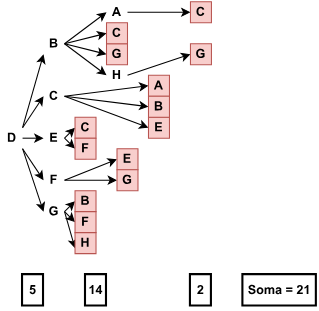
randomicecube/rc-exercises keeps this draw.io diagram as assets/013a.svg. Above is the earlier version. Source tidied: cells renumbered, new cells last; positions are measured from the earlier drawing's top-left corner, leaving out a move shared by most shapes.
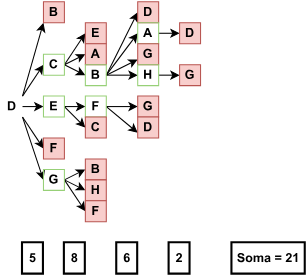
The same diagram one commit later.

The edit, as a diff of the source:
```diff
@@ -20,128 +20,131 @@
     <mxCell id="7" value="D" style="text;html=1;strokeColor=none;fillColor=none;align=center;verticalAlign=middle;whiteSpace=wrap;rounded=0;fontStyle=1;" parent="1" vertex="1">
       <mxGeometry y="120" width="20" height="20" as="geometry" />
     </mxCell>
-    <mxCell id="8" style="edgeStyle=none;rounded=0;jettySize=auto;html=1;exitX=1;exitY=0.5;exitDx=0;exitDy=0;entryX=0;entryY=0.5;entryDx=0;entryDy=0;strokeColor=#000000;endArrow=classic;endFill=1;" parent="1" edge="1" source="12" target="28">
-      <mxGeometry relative="1" as="geometry" />
-    </mxCell>
-    <mxCell id="9" style="edgeStyle=none;rounded=0;jettySize=auto;html=1;exitX=1;exitY=0.5;exitDx=0;exitDy=0;entryX=0;entryY=0.5;entryDx=0;entryDy=0;strokeColor=#000000;endArrow=classic;endFill=1;" parent="1" edge="1" source="12" target="29">
-      <mxGeometry relative="1" as="geometry" />
-    </mxCell>
-    <mxCell id="10" style="edgeStyle=none;rounded=0;jettySize=auto;html=1;exitX=1;exitY=0.5;exitDx=0;exitDy=0;entryX=0;entryY=0.5;entryDx=0;entryDy=0;strokeColor=#000000;endArrow=classic;endFill=1;" parent="1" edge="1" source="12" target="31">
-      <mxGeometry relative="1" as="geometry" />
-    </mxCell>
-    <mxCell id="11" style="edgeStyle=none;rounded=0;jettySize=auto;html=1;exitX=1;exitY=0.5;exitDx=0;exitDy=0;entryX=0;entryY=0.5;entryDx=0;entryDy=0;strokeColor=#000000;endArrow=classic;endFill=1;" parent="1" edge="1" source="12" target="32">
-      <mxGeometry relative="1" as="geometry" />
-    </mxCell>
-    <mxCell id="12" value="B" style="text;html=1;strokeColor=none;fillColor=none;align=center;verticalAlign=middle;whiteSpace=wrap;rounded=0;fontStyle=1;" parent="1" vertex="1">
+    <mxCell id="12" value="B" style="text;html=1;strokeColor=#b85450;fillColor=#f8cecc;align=center;verticalAlign=middle;whiteSpace=wrap;rounded=0;fontStyle=1;" parent="1" vertex="1">
       <mxGeometry x="40" y="30" width="20" height="20" as="geometry" />
     </mxCell>
+    <mxCell id="49" style="edgeStyle=none;rounded=0;jettySize=auto;html=1;exitX=1;exitY=0.5;exitDx=0;exitDy=0;entryX=0;entryY=0.5;entryDx=0;entryDy=0;strokeColor=#000000;endArrow=classic;endFill=1;" parent="1" edge="1" source="16" target="46">
+      <mxGeometry relative="1" as="geometry" />
+    </mxCell>
     <mxCell id="13" style="edgeStyle=none;rounded=0;jettySize=auto;html=1;exitX=1;exitY=0.5;exitDx=0;exitDy=0;entryX=0;entryY=0.5;entryDx=0;entryDy=0;strokeColor=#000000;endArrow=classic;endFill=1;" parent="1" edge="1" source="16" target="33">
       <mxGeometry relative="1" as="geometry" />
     </mxCell>
-    <mxCell id="14" style="edgeStyle=none;rounded=0;jettySize=auto;html=1;exitX=1;exitY=0.5;exitDx=0;exitDy=0;entryX=0;entryY=0.5;entryDx=0;entryDy=0;strokeColor=#000000;endArrow=classic;endFill=1;" parent="1" edge="1" source="16" target="35">
-      <mxGeometry relative="1" as="geometry" />
-    </mxCell>
-    <mxCell id="15" style="edgeStyle=none;rounded=0;jettySize=auto;html=1;exitX=1;exitY=0.5;exitDx=0;exitDy=0;entryX=0;entryY=0.5;entryDx=0;entryDy=0;strokeColor=#000000;endArrow=classic;endFill=1;" parent="1" edge="1" source="16" target="34">
-      <mxGeometry relative="1" as="geometry" />
-    </mxCell>
+    <mxCell id="50" style="edgeStyle=none;rounded=0;jettySize=auto;html=1;exitX=1;exitY=0.5;exitDx=0;exitDy=0;entryX=0;entryY=0.5;entryDx=0;entryDy=0;strokeColor=#000000;endArrow=classic;endFill=1;" parent="1" edge="1" source="16" target="60">
+      <mxGeometry relative="1" as="geometry" />
+    </mxCell>
-    <mxCell id="16" value="C" style="text;html=1;strokeColor=none;fillColor=none;align=center;verticalAlign=middle;whiteSpace=wrap;rounded=0;fontStyle=1;" parent="1" vertex="1">
+    <mxCell id="16" value="C" style="text;html=1;strokeColor=#97D077;fillColor=none;align=center;verticalAlign=middle;whiteSpace=wrap;rounded=0;fontStyle=1;" parent="1" vertex="1">
       <mxGeometry x="40" y="80" width="20" height="20" as="geometry" />
     </mxCell>
-    <mxCell id="17" style="edgeStyle=none;rounded=0;jettySize=auto;html=1;exitX=1;exitY=0.5;exitDx=0;exitDy=0;entryX=0;entryY=0.5;entryDx=0;entryDy=0;strokeColor=#000000;endArrow=classic;endFill=1;" parent="1" edge="1" source="19" target="36">
-      <mxGeometry relative="1" as="geometry" />
-    </mxCell>
-    <mxCell id="18" style="edgeStyle=none;rounded=0;jettySize=auto;html=1;exitX=1;exitY=0.5;exitDx=0;exitDy=0;entryX=0;entryY=0.5;entryDx=0;entryDy=0;strokeColor=#000000;endArrow=classic;endFill=1;" parent="1" edge="1" source="19" target="37">
-      <mxGeometry relative="1" as="geometry" />
-    </mxCell>
+    <mxCell id="51" style="edgeStyle=none;rounded=0;jettySize=auto;html=1;exitX=1;exitY=0.5;exitDx=0;exitDy=0;entryX=0;entryY=0.5;entryDx=0;entryDy=0;strokeColor=#000000;endArrow=classic;endFill=1;" parent="1" edge="1" source="19" target="70">
+      <mxGeometry relative="1" as="geometry" />
+    </mxCell>
+    <mxCell id="52" style="edgeStyle=none;rounded=0;jettySize=auto;html=1;exitX=1;exitY=0.5;exitDx=0;exitDy=0;entryX=0;entryY=0.5;entryDx=0;entryDy=0;strokeColor=#000000;endArrow=classic;endFill=1;" parent="1" edge="1" source="19" target="71">
+      <mxGeometry relative="1" as="geometry" />
+    </mxCell>
-    <mxCell id="19" value="E" style="text;html=1;strokeColor=none;fillColor=none;align=center;verticalAlign=middle;whiteSpace=wrap;rounded=0;fontStyle=1;" parent="1" vertex="1">
+    <mxCell id="19" value="E" style="text;html=1;strokeColor=#97D077;fillColor=none;align=center;verticalAlign=middle;whiteSpace=wrap;rounded=0;fontStyle=1;" parent="1" vertex="1">
       <mxGeometry x="40" y="120" width="20" height="20" as="geometry" />
     </mxCell>
-    <mxCell id="20" style="edgeStyle=none;rounded=0;jettySize=auto;html=1;exitX=1;exitY=0.5;exitDx=0;exitDy=0;entryX=0;entryY=0.5;entryDx=0;entryDy=0;strokeColor=#000000;endArrow=classic;endFill=1;" parent="1" edge="1" source="22" target="38">
-      <mxGeometry relative="1" as="geometry" />
-    </mxCell>
-    <mxCell id="21" style="edgeStyle=none;rounded=0;jettySize=auto;html=1;exitX=1;exitY=0.5;exitDx=0;exitDy=0;entryX=0;entryY=0.5;entryDx=0;entryDy=0;strokeColor=#000000;endArrow=classic;endFill=1;" parent="1" edge="1" source="22" target="39">
-      <mxGeometry relative="1" as="geometry" />
-    </mxCell>
-    <mxCell id="22" value="F" style="text;html=1;strokeColor=none;fillColor=none;align=center;verticalAlign=middle;whiteSpace=wrap;rounded=0;fontStyle=1;" parent="1" vertex="1">
+    <mxCell id="22" value="F" style="text;html=1;strokeColor=#b85450;fillColor=#f8cecc;align=center;verticalAlign=middle;whiteSpace=wrap;rounded=0;fontStyle=1;" parent="1" vertex="1">
       <mxGeometry x="40" y="160" width="20" height="20" as="geometry" />
     </mxCell>
-    <mxCell id="23" style="edgeStyle=none;rounded=0;jettySize=auto;html=1;exitX=1;exitY=0.5;exitDx=0;exitDy=0;entryX=0;entryY=0.5;entryDx=0;entryDy=0;strokeColor=#000000;endArrow=classic;endFill=1;" parent="1" edge="1" source="26" target="40">
-      <mxGeometry relative="1" as="geometry" />
-    </mxCell>
-    <mxCell id="24" style="edgeStyle=none;rounded=0;jettySize=auto;html=1;exitX=1;exitY=0.5;exitDx=0;exitDy=0;entryX=0;entryY=0.5;entryDx=0;entryDy=0;strokeColor=#000000;endArrow=classic;endFill=1;" parent="1" edge="1" source="26" target="41">
-      <mxGeometry relative="1" as="geometry" />
-    </mxCell>
-    <mxCell id="25" style="edgeStyle=none;rounded=0;jettySize=auto;html=1;exitX=1;exitY=0.5;exitDx=0;exitDy=0;entryX=0;entryY=0.75;entryDx=0;entryDy=0;strokeColor=#000000;endArrow=classic;endFill=1;" parent="1" edge="1" source="26" target="46">
-      <mxGeometry relative="1" as="geometry" />
-    </mxCell>
+    <mxCell id="53" style="edgeStyle=none;rounded=0;jettySize=auto;html=1;exitX=1;exitY=0.5;exitDx=0;exitDy=0;entryX=0;entryY=0.5;entryDx=0;entryDy=0;strokeColor=#000000;endArrow=classic;endFill=1;" parent="1" edge="1" source="26" target="74">
+      <mxGeometry relative="1" as="geometry" />
+    </mxCell>
+    <mxCell id="54" style="edgeStyle=none;rounded=0;jettySize=auto;html=1;exitX=1;exitY=0.5;exitDx=0;exitDy=0;entryX=0;entryY=0.5;entryDx=0;entryDy=0;strokeColor=#000000;endArrow=classic;endFill=1;" parent="1" edge="1" source="26" target="75">
+      <mxGeometry relative="1" as="geometry" />
+    </mxCell>
+    <mxCell id="55" style="edgeStyle=none;rounded=0;jettySize=auto;html=1;exitX=1;exitY=0.5;exitDx=0;exitDy=0;entryX=0;entryY=0.5;entryDx=0;entryDy=0;strokeColor=#000000;endArrow=classic;endFill=1;" parent="1" edge="1" source="26" target="76">
+      <mxGeometry relative="1" as="geometry" />
+    </mxCell>
-    <mxCell id="26" value="G" style="text;html=1;strokeColor=none;fillColor=none;align=center;verticalAlign=middle;whiteSpace=wrap;rounded=0;fontStyle=1;" parent="1" vertex="1">
+    <mxCell id="26" value="G" style="text;html=1;strokeColor=#97D077;fillColor=none;align=center;verticalAlign=middle;whiteSpace=wrap;rounded=0;fontStyle=1;" parent="1" vertex="1">
       <mxGeometry x="40" y="190" width="20" height="20" as="geometry" />
     </mxCell>
-    <mxCell id="27" style="edgeStyle=none;rounded=0;jettySize=auto;html=1;exitX=1;exitY=0.5;exitDx=0;exitDy=0;entryX=0;entryY=0.5;entryDx=0;entryDy=0;strokeColor=#000000;endArrow=classic;endFill=1;" parent="1" edge="1" source="28" target="44">
-      <mxGeometry relative="1" as="geometry" />
-    </mxCell>
-    <mxCell id="28" value="A" style="text;html=1;strokeColor=none;fillColor=none;align=center;verticalAlign=middle;whiteSpace=wrap;rounded=0;fontStyle=1;" parent="1" vertex="1">
-      <mxGeometry x="100" width="20" height="20" as="geometry" />
-    </mxCell>
-    <mxCell id="29" value="G" style="text;html=1;strokeColor=#b85450;fillColor=#f8cecc;align=center;verticalAlign=middle;whiteSpace=wrap;rounded=0;fontStyle=1;" parent="1" vertex="1">
-      <mxGeometry x="100" y="40" width="20" height="20" as="geometry" />
-    </mxCell>
-    <mxCell id="30" style="edgeStyle=none;rounded=0;jettySize=auto;html=1;exitX=1;exitY=0.5;exitDx=0;exitDy=0;entryX=0;entryY=0.5;entryDx=0;entryDy=0;strokeColor=#000000;endArrow=classic;endFill=1;" parent="1" edge="1" source="31" target="45">
-      <mxGeometry relative="1" as="geometry" />
-    </mxCell>
-    <mxCell id="31" value="H" style="text;html=1;strokeColor=none;fillColor=none;align=center;verticalAlign=middle;whiteSpace=wrap;rounded=0;fontStyle=1;" parent="1" vertex="1">
-      <mxGeometry x="100" y="60" width="20" height="20" as="geometry" />
-    </mxCell>
-    <mxCell id="32" value="C" style="text;html=1;strokeColor=#b85450;fillColor=#f8cecc;align=center;verticalAlign=middle;whiteSpace=wrap;rounded=0;fontStyle=1;" parent="1" vertex="1">
-      <mxGeometry x="100" y="20" width="20" height="20" as="geometry" />
-    </mxCell>
-    <mxCell id="33" value="A" style="text;html=1;strokeColor=#b85450;fillColor=#f8cecc;align=center;verticalAlign=middle;whiteSpace=wrap;rounded=0;fontStyle=1;" parent="1" vertex="1">
-      <mxGeometry x="140" y="70" width="20" height="20" as="geometry" />
-    </mxCell>
-    <mxCell id="34" value="E" style="text;html=1;strokeColor=#b85450;fillColor=#f8cecc;align=center;verticalAlign=middle;whiteSpace=wrap;rounded=0;fontStyle=1;" parent="1" vertex="1">
-      <mxGeometry x="140" y="110" width="20" height="20" as="geometry" />
-    </mxCell>
-    <mxCell id="35" value="B" style="text;html=1;strokeColor=#b85450;fillColor=#f8cecc;align=center;verticalAlign=middle;whiteSpace=wrap;rounded=0;fontStyle=1;" parent="1" vertex="1">
-      <mxGeometry x="140" y="90" width="20" height="20" as="geometry" />
-    </mxCell>
-    <mxCell id="36" value="C" style="text;html=1;strokeColor=#b85450;fillColor=#f8cecc;align=center;verticalAlign=middle;whiteSpace=wrap;rounded=0;fontStyle=1;" parent="1" vertex="1">
-      <mxGeometry x="70" y="110" width="20" height="20" as="geometry" />
-    </mxCell>
-    <mxCell id="37" value="F" style="text;html=1;strokeColor=#b85450;fillColor=#f8cecc;align=center;verticalAlign=middle;whiteSpace=wrap;rounded=0;fontStyle=1;" parent="1" vertex="1">
-      <mxGeometry x="70" y="130" width="20" height="20" as="geometry" />
-    </mxCell>
-    <mxCell id="38" value="E" style="text;html=1;strokeColor=#b85450;fillColor=#f8cecc;align=center;verticalAlign=middle;whiteSpace=wrap;rounded=0;fontStyle=1;" parent="1" vertex="1">
-      <mxGeometry x="110" y="140" width="20" height="20" as="geometry" />
-    </mxCell>
-    <mxCell id="39" value="G" style="text;html=1;strokeColor=#b85450;fillColor=#f8cecc;align=center;verticalAlign=middle;whiteSpace=wrap;rounded=0;fontStyle=1;" parent="1" vertex="1">
-      <mxGeometry x="110" y="160" width="20" height="20" as="geometry" />
-    </mxCell>
-    <mxCell id="40" value="B" style="text;html=1;strokeColor=#b85450;fillColor=#f8cecc;align=center;verticalAlign=middle;whiteSpace=wrap;rounded=0;fontStyle=1;" parent="1" vertex="1">
-      <mxGeometry x="70" y="180" width="20" height="20" as="geometry" />
-    </mxCell>
-    <mxCell id="41" value="F" style="text;html=1;strokeColor=#b85450;fillColor=#f8cecc;align=center;verticalAlign=middle;whiteSpace=wrap;rounded=0;fontStyle=1;" parent="1" vertex="1">
-      <mxGeometry x="70" y="200" width="20" height="20" as="geometry" />
-    </mxCell>
     <mxCell id="42" value="5" style="text;html=1;strokeColor=default;fillColor=none;align=center;verticalAlign=middle;whiteSpace=wrap;rounded=0;fontStyle=1;strokeWidth=2;" parent="1" vertex="1">
       <mxGeometry x="20" y="260" width="20" height="30" as="geometry" />
     </mxCell>
-    <mxCell id="43" value="14" style="text;html=1;strokeColor=default;fillColor=none;align=center;verticalAlign=middle;whiteSpace=wrap;rounded=0;fontStyle=1;strokeWidth=2;" parent="1" vertex="1">
-      <mxGeometry x="80" y="260" width="20" height="30" as="geometry" />
+    <mxCell id="43" value="8" style="text;html=1;strokeColor=default;fillColor=none;align=center;verticalAlign=middle;whiteSpace=wrap;rounded=0;fontStyle=1;strokeWidth=2;" parent="1" vertex="1">
+      <mxGeometry x="60" y="260" width="20" height="30" as="geometry" />
     </mxCell>
-    <mxCell id="44" value="C" style="text;html=1;strokeColor=#b85450;fillColor=#f8cecc;align=center;verticalAlign=middle;whiteSpace=wrap;rounded=0;fontStyle=1;" parent="1" vertex="1">
-      <mxGeometry x="180" width="20" height="20" as="geometry" />
-    </mxCell>
-    <mxCell id="45" value="G" style="text;html=1;strokeColor=#b85450;fillColor=#f8cecc;align=center;verticalAlign=middle;whiteSpace=wrap;rounded=0;fontStyle=1;" parent="1" vertex="1">
-      <mxGeometry x="180" y="40" width="20" height="20" as="geometry" />
-    </mxCell>
-    <mxCell id="46" value="H" style="text;html=1;strokeColor=#b85450;fillColor=#f8cecc;align=center;verticalAlign=middle;whiteSpace=wrap;rounded=0;fontStyle=1;" parent="1" vertex="1">
-      <mxGeometry x="70" y="220" width="20" height="20" as="geometry" />
+    <mxCell id="46" value="E" style="text;html=1;strokeColor=#b85450;fillColor=#f8cecc;align=center;verticalAlign=middle;whiteSpace=wrap;rounded=0;fontStyle=1;" parent="1" vertex="1">
+      <mxGeometry x="80" y="50" width="20" height="20" as="geometry" />
     </mxCell>
     <mxCell id="47" value="2" style="text;html=1;strokeColor=default;fillColor=none;align=center;verticalAlign=middle;whiteSpace=wrap;rounded=0;fontStyle=1;strokeWidth=2;" parent="1" vertex="1">
-      <mxGeometry x="180" y="260" width="20" height="30" as="geometry" />
+      <mxGeometry x="160" y="260" width="20" height="30" as="geometry" />
     </mxCell>
     <mxCell id="48" value="Soma = 21" style="text;html=1;strokeColor=default;fillColor=none;align=center;verticalAlign=middle;whiteSpace=wrap;rounded=0;fontStyle=1;strokeWidth=2;" parent="1" vertex="1">
-      <mxGeometry x="230" y="260" width="70" height="30" as="geometry" />
+      <mxGeometry x="220" y="260" width="70" height="30" as="geometry" />
     </mxCell>
+    <mxCell id="33" value="A" style="text;html=1;strokeColor=#b85450;fillColor=#f8cecc;align=center;verticalAlign=middle;whiteSpace=wrap;rounded=0;fontStyle=1;" parent="1" vertex="1">
+      <mxGeometry x="80" y="70" width="20" height="20" as="geometry" />
+    </mxCell>
+    <mxCell id="56" style="edgeStyle=none;rounded=0;jettySize=auto;html=1;exitX=1;exitY=0.5;exitDx=0;exitDy=0;entryX=0;entryY=0.5;entryDx=0;entryDy=0;strokeColor=#000000;endArrow=classic;endFill=1;" parent="1" edge="1" source="60" target="61">
+      <mxGeometry relative="1" as="geometry" />
+    </mxCell>
+    <mxCell id="57" style="edgeStyle=none;rounded=0;jettySize=auto;html=1;exitX=1;exitY=0.5;exitDx=0;exitDy=0;entryX=0;entryY=0.5;entryDx=0;entryDy=0;strokeColor=#000000;endArrow=classic;endFill=1;" parent="1" edge="1" source="60" target="65">
+      <mxGeometry relative="1" as="geometry" />
+    </mxCell>
+    <mxCell id="58" style="edgeStyle=none;rounded=0;jettySize=auto;html=1;exitX=1;exitY=0.5;exitDx=0;exitDy=0;entryX=0;entryY=0.75;entryDx=0;entryDy=0;strokeColor=#000000;endArrow=classic;endFill=1;" parent="1" edge="1" source="60" target="63">
+      <mxGeometry relative="1" as="geometry" />
+    </mxCell>
+    <mxCell id="59" style="edgeStyle=none;rounded=0;jettySize=auto;html=1;exitX=1;exitY=0.5;exitDx=0;exitDy=0;entryX=0;entryY=0.5;entryDx=0;entryDy=0;strokeColor=#000000;endArrow=classic;endFill=1;" parent="1" edge="1" source="60" target="28">
+      <mxGeometry relative="1" as="geometry" />
+    </mxCell>
+    <mxCell id="60" value="B" style="text;html=1;strokeColor=#97D077;fillColor=none;align=center;verticalAlign=middle;whiteSpace=wrap;rounded=0;fontStyle=1;" parent="1" vertex="1">
+      <mxGeometry x="80" y="90" width="20" height="20" as="geometry" />
+    </mxCell>
+    <mxCell id="61" value="D" style="text;html=1;strokeColor=#b85450;fillColor=#f8cecc;align=center;verticalAlign=middle;whiteSpace=wrap;rounded=0;fontStyle=1;" parent="1" vertex="1">
+      <mxGeometry x="130" y="30" width="20" height="20" as="geometry" />
+    </mxCell>
+    <mxCell id="62" style="edgeStyle=none;rounded=0;jettySize=auto;html=1;exitX=1;exitY=0.5;exitDx=0;exitDy=0;entryX=0;entryY=0.5;entryDx=0;entryDy=0;strokeColor=#000000;endArrow=classic;endFill=1;" parent="1" edge="1" source="28" target="66">
+      <mxGeometry relative="1" as="geometry" />
+    </mxCell>
+    <mxCell id="28" value="A" style="text;html=1;strokeColor=#97D077;fillColor=none;align=center;verticalAlign=middle;whiteSpace=wrap;rounded=0;fontStyle=1;" parent="1" vertex="1">
+      <mxGeometry x="130" y="50" width="20" height="20" as="geometry" />
+    </mxCell>
+    <mxCell id="63" value="G" style="text;html=1;strokeColor=#b85450;fillColor=#f8cecc;align=center;verticalAlign=middle;whiteSpace=wrap;rounded=0;fontStyle=1;" parent="1" vertex="1">
+      <mxGeometry x="130" y="70" width="20" height="20" as="geometry" />
+    </mxCell>
+    <mxCell id="64" style="edgeStyle=none;rounded=0;jettySize=auto;html=1;exitX=1;exitY=0.5;exitDx=0;exitDy=0;entryX=0;entryY=0.5;entryDx=0;entryDy=0;strokeColor=#000000;endArrow=classic;endFill=1;" parent="1" edge="1" source="65" target="67">
+      <mxGeometry relative="1" as="geometry" />
+    </mxCell>
+    <mxCell id="65" value="H" style="text;html=1;strokeColor=#97D077;fillColor=none;align=center;verticalAlign=middle;whiteSpace=wrap;rounded=0;fontStyle=1;" parent="1" vertex="1">
+      <mxGeometry x="130" y="90" width="20" height="20" as="geometry" />
+    </mxCell>
+    <mxCell id="66" value="D" style="text;html=1;strokeColor=#b85450;fillColor=#f8cecc;align=center;verticalAlign=middle;whiteSpace=wrap;rounded=0;fontStyle=1;" parent="1" vertex="1">
+      <mxGeometry x="170" y="50" width="20" height="20" as="geometry" />
+    </mxCell>
+    <mxCell id="67" value="G" style="text;html=1;strokeColor=#b85450;fillColor=#f8cecc;align=center;verticalAlign=middle;whiteSpace=wrap;rounded=0;fontStyle=1;" parent="1" vertex="1">
+      <mxGeometry x="170" y="90" width="20" height="20" as="geometry" />
+    </mxCell>
+    <mxCell id="68" style="edgeStyle=none;rounded=0;jettySize=auto;html=1;exitX=1;exitY=0.5;exitDx=0;exitDy=0;entryX=0;entryY=0.5;entryDx=0;entryDy=0;strokeColor=#000000;endArrow=classic;endFill=1;" parent="1" edge="1" source="70" target="72">
+      <mxGeometry relative="1" as="geometry" />
+    </mxCell>
+    <mxCell id="69" style="edgeStyle=none;rounded=0;jettySize=auto;html=1;exitX=1;exitY=0.5;exitDx=0;exitDy=0;entryX=0;entryY=0.75;entryDx=0;entryDy=0;strokeColor=#000000;endArrow=classic;endFill=1;" parent="1" edge="1" source="70" target="73">
+      <mxGeometry relative="1" as="geometry" />
+    </mxCell>
+    <mxCell id="70" value="F" style="text;html=1;strokeColor=#97D077;fillColor=none;align=center;verticalAlign=middle;whiteSpace=wrap;rounded=0;fontStyle=1;" parent="1" vertex="1">
+      <mxGeometry x="80" y="120" width="20" height="20" as="geometry" />
+    </mxCell>
+    <mxCell id="71" value="C" style="text;html=1;strokeColor=#b85450;fillColor=#f8cecc;align=center;verticalAlign=middle;whiteSpace=wrap;rounded=0;fontStyle=1;" parent="1" vertex="1">
+      <mxGeometry x="80" y="140" width="20" height="20" as="geometry" />
+    </mxCell>
+    <mxCell id="72" value="G" style="text;html=1;strokeColor=#b85450;fillColor=#f8cecc;align=center;verticalAlign=middle;whiteSpace=wrap;rounded=0;fontStyle=1;" parent="1" vertex="1">
+      <mxGeometry x="130" y="120" width="20" height="20" as="geometry" />
+    </mxCell>
+    <mxCell id="73" value="D" style="text;html=1;strokeColor=#b85450;fillColor=#f8cecc;align=center;verticalAlign=middle;whiteSpace=wrap;rounded=0;fontStyle=1;" parent="1" vertex="1">
+      <mxGeometry x="130" y="140" width="20" height="20" as="geometry" />
+    </mxCell>
+    <mxCell id="74" value="B" style="text;html=1;strokeColor=#b85450;fillColor=#f8cecc;align=center;verticalAlign=middle;whiteSpace=wrap;rounded=0;fontStyle=1;" parent="1" vertex="1">
+      <mxGeometry x="80" y="180" width="20" height="20" as="geometry" />
+    </mxCell>
+    <mxCell id="75" value="H" style="text;html=1;strokeColor=#b85450;fillColor=#f8cecc;align=center;verticalAlign=middle;whiteSpace=wrap;rounded=0;fontStyle=1;" parent="1" vertex="1">
+      <mxGeometry x="80" y="200" width="20" height="20" as="geometry" />
+    </mxCell>
+    <mxCell id="76" value="F" style="text;html=1;strokeColor=#b85450;fillColor=#f8cecc;align=center;verticalAlign=middle;whiteSpace=wrap;rounded=0;fontStyle=1;" parent="1" vertex="1">
+      <mxGeometry x="80" y="220" width="20" height="20" as="geometry" />
+    </mxCell>
+    <mxCell id="77" value="6" style="text;html=1;strokeColor=default;fillColor=none;align=center;verticalAlign=middle;whiteSpace=wrap;rounded=0;fontStyle=1;strokeWidth=2;" parent="1" vertex="1">
+      <mxGeometry x="110" y="260" width="20" height="30" as="geometry" />
+    </mxCell>
   </root>
 </mxGraphModel>
```
